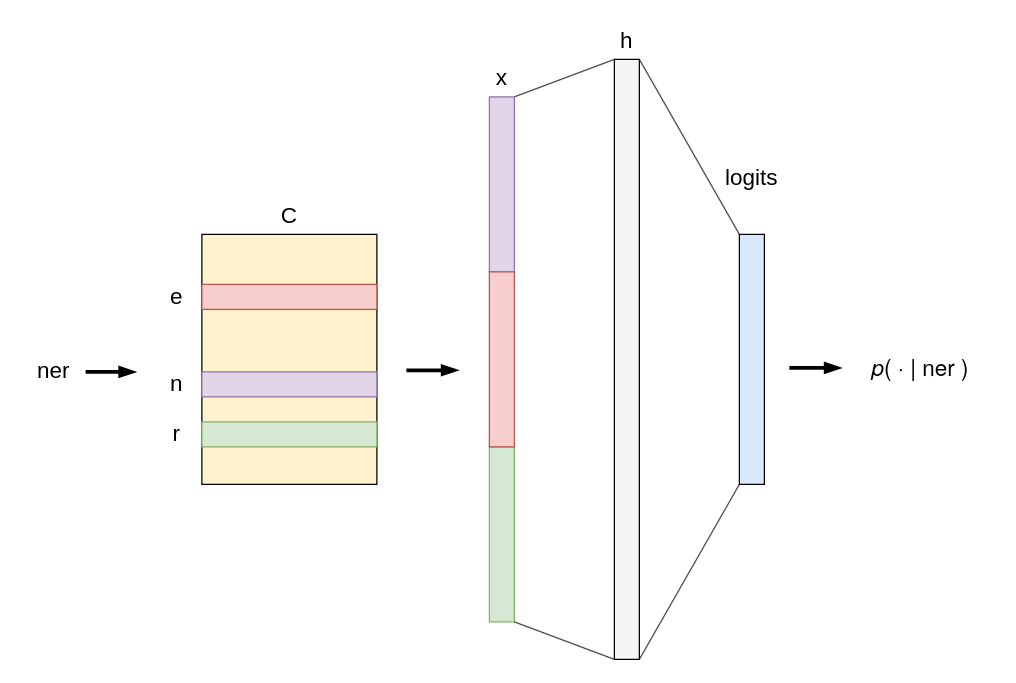
Earlier version of the draw.io diagram docs/img/mlp-char-level.drawio (particle1331/ok-transformer). Source tidied: cells renumbered, new cells numbered last; positions are measured from the earlier drawing's top-left corner, leaving out a move shared by most shapes. Both pictures are drawn from the tidied source at 125%, with x=0, y=0 at pixel (21, 21).
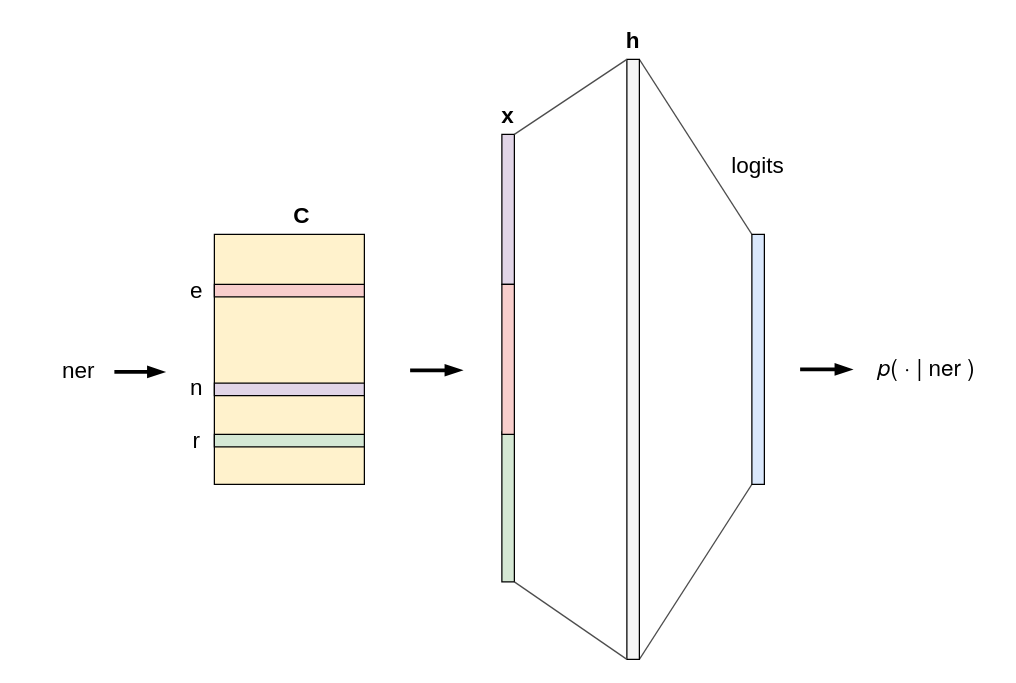
After the change.

Change to the diagram source:
```diff
@@
     <mxCell id="2" value="&lt;span style=&quot;font-size: 18px;&quot;&gt;ner&lt;/span&gt;" style="text;html=1;align=center;verticalAlign=middle;strokeColor=none;fillColor=none;" parent="1" vertex="1">
-      <mxGeometry y="259" width="50" height="40" as="geometry" />
+      <mxGeometry x="20" y="259" width="50" height="40" as="geometry" />
     </mxCell>
     <mxCell id="3" style="rounded=0;whiteSpace=wrap;html=1;fontSize=18;fillColor=#fff2cc;strokeColor=#000000;" parent="1" vertex="1">
-      <mxGeometry x="144" y="170" width="140" height="200" as="geometry" />
+      <mxGeometry x="154" y="170" width="120" height="200" as="geometry" />
     </mxCell>
-    <mxCell id="4" style="rounded=0;whiteSpace=wrap;html=1;fontSize=18;fillColor=#f8cecc;strokeColor=#b85450;" parent="1" vertex="1">
-      <mxGeometry x="144" y="210" width="140" height="20" as="geometry" />
+    <mxCell id="4" style="rounded=0;whiteSpace=wrap;html=1;fontSize=18;fillColor=#f8cecc;strokeColor=#000000;" parent="1" vertex="1">
+      <mxGeometry x="154" y="210" width="120" height="10" as="geometry" />
     </mxCell>
-    <mxCell id="5" style="rounded=0;whiteSpace=wrap;html=1;fontSize=18;fillColor=#e1d5e7;strokeColor=#9673a6;" parent="1" vertex="1">
-      <mxGeometry x="144" y="280" width="140" height="20" as="geometry" />
+    <mxCell id="5" style="rounded=0;whiteSpace=wrap;html=1;fontSize=18;fillColor=#e1d5e7;strokeColor=#000000;" parent="1" vertex="1">
+      <mxGeometry x="154" y="289" width="120" height="10" as="geometry" />
     </mxCell>
-    <mxCell id="6" style="rounded=0;whiteSpace=wrap;html=1;fontSize=18;fillColor=#d5e8d4;strokeColor=#82b366;" parent="1" vertex="1">
-      <mxGeometry x="144" y="320" width="140" height="20" as="geometry" />
+    <mxCell id="6" style="rounded=0;whiteSpace=wrap;html=1;fontSize=18;fillColor=#d5e8d4;strokeColor=#000000;" parent="1" vertex="1">
+      <mxGeometry x="154" y="330" width="120" height="10" as="geometry" />
     </mxCell>
     <mxCell id="7" value="e" style="text;html=1;strokeColor=none;fillColor=none;align=center;verticalAlign=middle;whiteSpace=wrap;rounded=0;fontSize=18;" parent="1" vertex="1">
-      <mxGeometry x="94" y="205" width="60" height="30" as="geometry" />
+      <mxGeometry x="110" y="200" width="60" height="30" as="geometry" />
     </mxCell>
     <mxCell id="8" value="r" style="text;html=1;strokeColor=none;fillColor=none;align=center;verticalAlign=middle;whiteSpace=wrap;rounded=0;fontSize=18;" parent="1" vertex="1">
-      <mxGeometry x="94" y="315" width="60" height="30" as="geometry" />
+      <mxGeometry x="110" y="320" width="60" height="30" as="geometry" />
     </mxCell>
     <mxCell id="9" value="n" style="text;html=1;strokeColor=none;fillColor=none;align=center;verticalAlign=middle;whiteSpace=wrap;rounded=0;fontSize=18;" parent="1" vertex="1">
-      <mxGeometry x="94" y="275" width="60" height="30" as="geometry" />
+      <mxGeometry x="110" y="278" width="60" height="30" as="geometry" />
     </mxCell>
     <mxCell id="10" style="endArrow=blockThin;html=1;rounded=0;fontSize=18;endFill=1;strokeWidth=3;" parent="1" edge="1">
       <mxGeometry relative="1" as="geometry">
-        <mxPoint x="51" y="280" as="sourcePoint" />
-        <mxPoint x="91" y="280" as="targetPoint" />
+        <mxPoint x="74" y="280" as="sourcePoint" />
+        <mxPoint x="114" y="280" as="targetPoint" />
       </mxGeometry>
     </mxCell>
-    <mxCell id="11" value="C" style="text;html=1;strokeColor=none;fillColor=none;align=center;verticalAlign=middle;whiteSpace=wrap;rounded=0;fontSize=18;" parent="1" vertex="1">
-      <mxGeometry x="184" y="140" width="60" height="30" as="geometry" />
+    <mxCell id="11" value="C" style="text;html=1;strokeColor=none;fillColor=none;align=center;verticalAlign=middle;whiteSpace=wrap;rounded=0;fontSize=18;fontStyle=1;" parent="1" vertex="1">
+      <mxGeometry x="194" y="140" width="60" height="30" as="geometry" />
     </mxCell>
-    <mxCell id="12" style="rounded=0;whiteSpace=wrap;html=1;fontSize=18;fillColor=#e1d5e7;strokeColor=#9673a6;rotation=90;" parent="1" vertex="1">
-      <mxGeometry x="314" y="120" width="140" height="20" as="geometry" />
+    <mxCell id="12" style="rounded=0;whiteSpace=wrap;html=1;fontSize=18;fillColor=#e1d5e7;strokeColor=#000000;rotation=90;" parent="1" vertex="1">
+      <mxGeometry x="329" y="145" width="120" height="10" as="geometry" />
     </mxCell>
-    <mxCell id="13" style="rounded=0;whiteSpace=wrap;html=1;fontSize=18;fillColor=#d5e8d4;strokeColor=#82b366;rotation=90;" parent="1" vertex="1">
-      <mxGeometry x="314" y="400" width="140" height="20" as="geometry" />
+    <mxCell id="13" style="rounded=0;whiteSpace=wrap;html=1;fontSize=18;fillColor=#d5e8d4;strokeColor=#000000;rotation=90;" parent="1" vertex="1">
+      <mxGeometry x="329" y="383" width="120" height="10" as="geometry" />
     </mxCell>
-    <mxCell id="14" style="rounded=0;whiteSpace=wrap;html=1;fontSize=18;fillColor=#f8cecc;strokeColor=#b85450;rotation=90;" parent="1" vertex="1">
-      <mxGeometry x="314" y="260" width="140" height="20" as="geometry" />
+    <mxCell id="14" style="rounded=0;whiteSpace=wrap;html=1;fontSize=18;fillColor=#f8cecc;strokeColor=#000000;rotation=90;" parent="1" vertex="1">
+      <mxGeometry x="329" y="265" width="120" height="10" as="geometry" />
     </mxCell>
-    <mxCell id="15" value="x" style="text;html=1;strokeColor=none;fillColor=none;align=center;verticalAlign=middle;whiteSpace=wrap;rounded=0;fontSize=18;" parent="1" vertex="1">
-      <mxGeometry x="354" y="30" width="60" height="30" as="geometry" />
+    <mxCell id="15" value="x" style="text;html=1;strokeColor=none;fillColor=none;align=center;verticalAlign=middle;whiteSpace=wrap;rounded=0;fontSize=18;fontStyle=1;" parent="1" vertex="1">
+      <mxGeometry x="359" y="60" width="60" height="30" as="geometry" />
     </mxCell>
@@
     <mxCell id="18" style="rounded=0;whiteSpace=wrap;html=1;strokeColor=#000000;fontSize=18;fillColor=#f5f5f5;fontColor=#333333;" parent="1" vertex="1">
-      <mxGeometry x="474" y="30" width="20" height="480" as="geometry" />
+      <mxGeometry x="484" y="30" width="10" height="480" as="geometry" />
     </mxCell>
     <mxCell id="19" style="rounded=0;whiteSpace=wrap;html=1;strokeColor=#000000;fontSize=18;fillColor=#dae8fc;" parent="1" vertex="1">
-      <mxGeometry x="574" y="170" width="20" height="200" as="geometry" />
+      <mxGeometry x="584" y="170" width="10" height="200" as="geometry" />
     </mxCell>
-    <mxCell id="20" value="h" style="text;html=1;strokeColor=none;fillColor=none;align=center;verticalAlign=middle;whiteSpace=wrap;rounded=0;fontSize=18;" parent="1" vertex="1">
-      <mxGeometry x="454" width="60" height="30" as="geometry" />
+    <mxCell id="20" value="h" style="text;html=1;strokeColor=none;fillColor=none;align=center;verticalAlign=middle;whiteSpace=wrap;rounded=0;fontSize=18;fontStyle=1;" parent="1" vertex="1">
+      <mxGeometry x="459" width="60" height="30" as="geometry" />
     </mxCell>
-    <mxCell id="21" value="logits" style="text;html=1;strokeColor=none;fillColor=none;align=center;verticalAlign=middle;whiteSpace=wrap;rounded=0;fontSize=18;" parent="1" vertex="1">
-      <mxGeometry x="554" y="110" width="60" height="30" as="geometry" />
+    <mxCell id="21" value="logits" style="text;html=1;strokeColor=none;fillColor=none;align=center;verticalAlign=middle;whiteSpace=wrap;rounded=0;fontSize=18;fontStyle=0;" parent="1" vertex="1">
+      <mxGeometry x="559" y="100" width="60" height="30" as="geometry" />
     </mxCell>
     <mxCell id="22" style="endArrow=blockThin;html=1;rounded=0;fontSize=18;exitX=1.06;exitY=0.563;exitDx=0;exitDy=0;exitPerimeter=0;endFill=1;strokeWidth=3;" parent="1" edge="1">
       <mxGeometry relative="1" as="geometry">
-        <mxPoint x="614" y="276.8" as="sourcePoint" />
-        <mxPoint x="655.4" y="276.8" as="targetPoint" />
+        <mxPoint x="622.6" y="278" as="sourcePoint" />
+        <mxPoint x="664" y="278" as="targetPoint" />
       </mxGeometry>
     </mxCell>
     <mxCell id="23" style="endArrow=blockThin;html=1;rounded=0;fontSize=18;exitX=1.06;exitY=0.563;exitDx=0;exitDy=0;exitPerimeter=0;endFill=1;strokeWidth=3;" parent="1" edge="1">
       <mxGeometry relative="1" as="geometry">
-        <mxPoint x="307.6" y="278.7" as="sourcePoint" />
-        <mxPoint x="349" y="278.7" as="targetPoint" />
+        <mxPoint x="310.6" y="278.7" as="sourcePoint" />
+        <mxPoint x="352" y="278.7" as="targetPoint" />
       </mxGeometry>
     </mxCell>
@@
     <mxCell id="26" value="&lt;p style=&quot;margin: 0px; font-variant-numeric: normal; font-variant-east-asian: normal; font-stretch: normal; line-height: normal; font-family: &amp;quot;Helvetica Neue&amp;quot;; text-align: start;&quot; class=&quot;p1&quot;&gt;&lt;i&gt;p&lt;/i&gt;( · | ner )&lt;/p&gt;" style="text;html=1;strokeColor=none;fillColor=none;align=center;verticalAlign=middle;whiteSpace=wrap;rounded=0;labelBackgroundColor=#FFFFFF;fontSize=18;fontColor=#000000;" parent="1" vertex="1">
-      <mxGeometry x="664" y="260" width="110" height="30" as="geometry" />
+      <mxGeometry x="669" y="260" width="110" height="30" as="geometry" />
     </mxCell>
```
